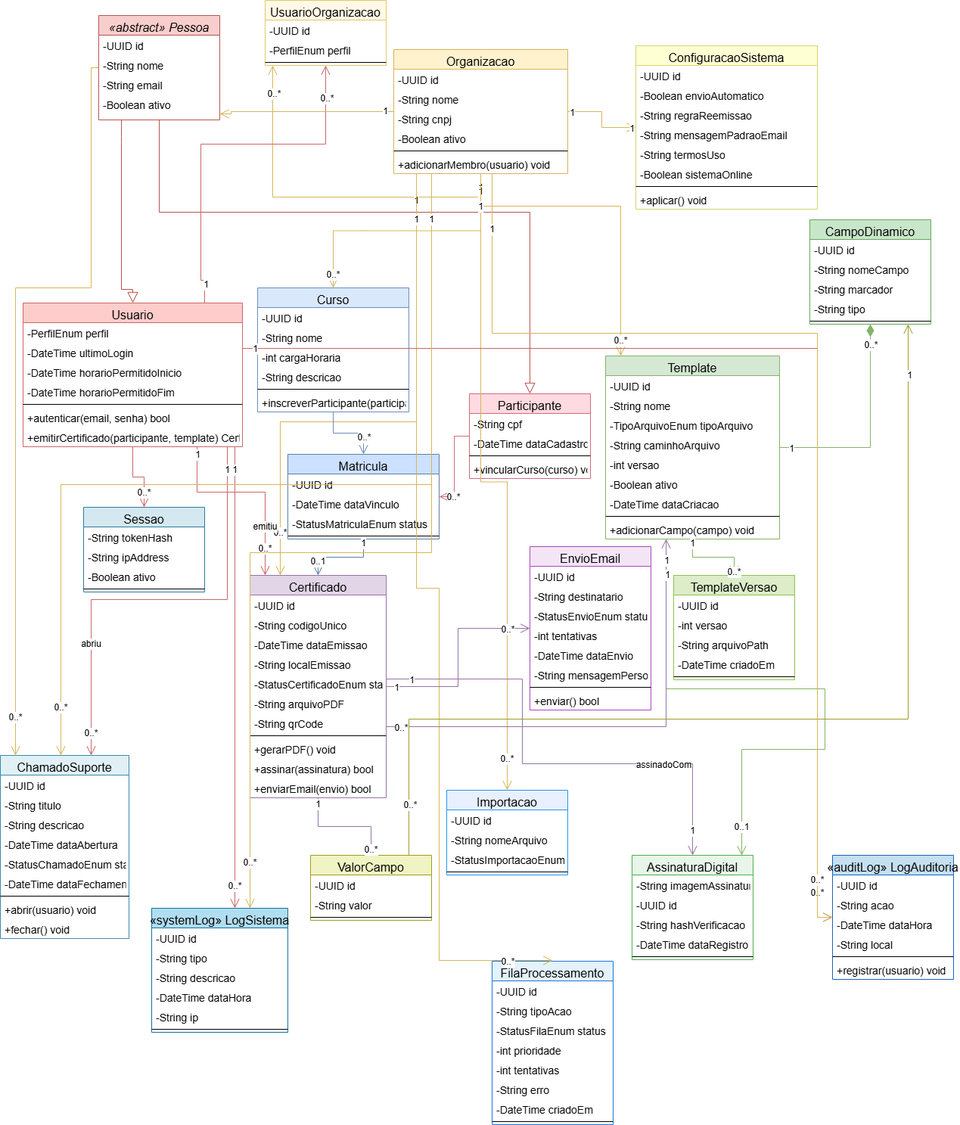
Above: imagens/Diagrama-de-classes.png in igordev23/Relatorio-Tecnico-de-Software---IFPI--Igor (draw.io), before the change. Source tidied: cells renumbered, new cells last; positions are measured from the earlier drawing's top-left corner, leaving out a move shared by most shapes.
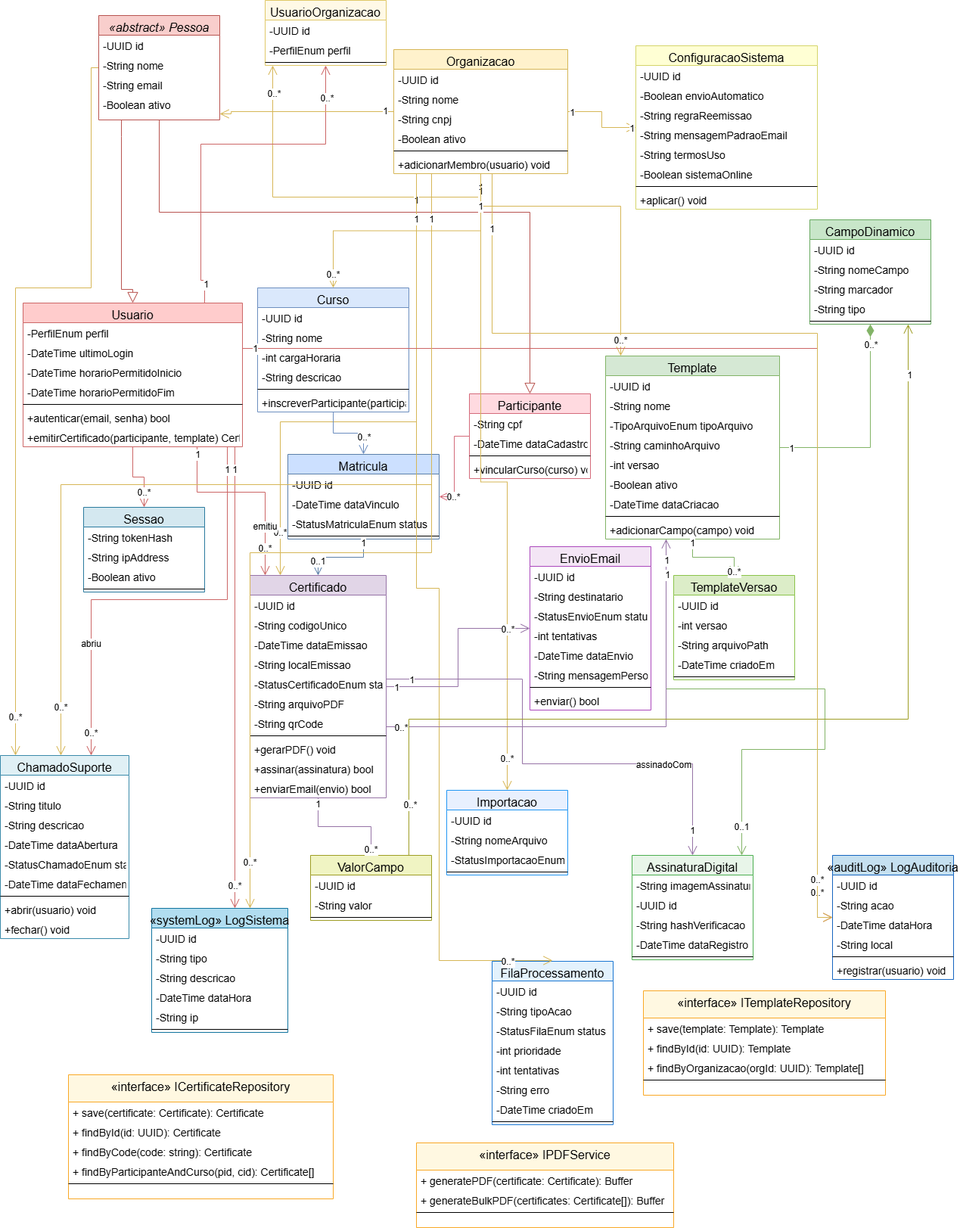
Later version of the same file.

Commit message:
correcao: adiciona interfaces de dominio ICertificateRepository, ITemplateRepository, IPDFService ao diagrama de classes

Diff of the diagram source:
```diff
@@ -837,5 +837,50 @@
     <mxCell id="235" value="0..*" style="edgeLabel;html=1;align=center;verticalAlign=middle;fontSize=12;" parent="233" vertex="1">
       <mxGeometry x="0.9" y="-1" relative="1" as="geometry" />
     </mxCell>
+    <mxCell id="236" value="«interface» ICertificateRepository" style="swimlane;fontSize=16;fontStyle=0;align=center;verticalAlign=top;horizontal=1;startSize=36;rounded=0;shadow=0;strokeWidth=1;fillColor=#fff8e1;strokeColor=#f9a825;" parent="1" vertex="1">
+      <mxGeometry x="90" y="1420" width="350" height="164" as="geometry" />
+    </mxCell>
+    <mxCell id="237" value="+ save(certificate: Certificate): Certificate" style="text;fontSize=14;align=left;verticalAlign=top;spacingLeft=4;spacingRight=4;overflow=hidden;" parent="236" vertex="1">
+      <mxGeometry y="36" width="350" height="26" as="geometry" />
+    </mxCell>
+    <mxCell id="238" value="+ findById(id: UUID): Certificate" style="text;fontSize=14;align=left;verticalAlign=top;spacingLeft=4;spacingRight=4;overflow=hidden;" parent="236" vertex="1">
+      <mxGeometry y="62" width="350" height="26" as="geometry" />
+    </mxCell>
+    <mxCell id="239" value="+ findByCode(code: string): Certificate" style="text;fontSize=14;align=left;verticalAlign=top;spacingLeft=4;spacingRight=4;overflow=hidden;" parent="236" vertex="1">
+      <mxGeometry y="88" width="350" height="26" as="geometry" />
+    </mxCell>
+    <mxCell id="240" value="+ findByParticipanteAndCurso(pid, cid): Certificate[]" style="text;fontSize=14;align=left;verticalAlign=top;spacingLeft=4;spacingRight=4;overflow=hidden;" parent="236" vertex="1">
+      <mxGeometry y="114" width="350" height="26" as="geometry" />
+    </mxCell>
+    <mxCell id="241" style="line;html=1;strokeWidth=1;align=left;verticalAlign=middle;spacingTop=-1;spacingLeft=3;spacingRight=3;labelPosition=right;" parent="236" vertex="1">
+      <mxGeometry y="140" width="350" height="8" as="geometry" />
+    </mxCell>
+    <mxCell id="242" value="«interface» ITemplateRepository" style="swimlane;fontSize=16;fontStyle=0;align=center;verticalAlign=top;horizontal=1;startSize=36;rounded=0;shadow=0;strokeWidth=1;fillColor=#fff8e1;strokeColor=#f9a825;" parent="1" vertex="1">
+      <mxGeometry x="850" y="1309" width="320" height="138" as="geometry" />
+    </mxCell>
+    <mxCell id="243" value="+ save(template: Template): Template" style="text;fontSize=14;align=left;verticalAlign=top;spacingLeft=4;spacingRight=4;overflow=hidden;" parent="242" vertex="1">
+      <mxGeometry y="36" width="320" height="26" as="geometry" />
+    </mxCell>
+    <mxCell id="244" value="+ findById(id: UUID): Template" style="text;fontSize=14;align=left;verticalAlign=top;spacingLeft=4;spacingRight=4;overflow=hidden;" parent="242" vertex="1">
+      <mxGeometry y="62" width="320" height="26" as="geometry" />
+    </mxCell>
+    <mxCell id="245" value="+ findByOrganizacao(orgId: UUID): Template[]" style="text;fontSize=14;align=left;verticalAlign=top;spacingLeft=4;spacingRight=4;overflow=hidden;" parent="242" vertex="1">
+      <mxGeometry y="88" width="320" height="26" as="geometry" />
+    </mxCell>
+    <mxCell id="246" style="line;html=1;strokeWidth=1;align=left;verticalAlign=middle;spacingTop=-1;spacingLeft=3;spacingRight=3;labelPosition=right;" parent="242" vertex="1">
+      <mxGeometry y="114" width="320" height="8" as="geometry" />
+    </mxCell>
+    <mxCell id="247" value="«interface» IPDFService" style="swimlane;fontSize=16;fontStyle=0;align=center;verticalAlign=top;horizontal=1;startSize=36;rounded=0;shadow=0;strokeWidth=1;fillColor=#fff8e1;strokeColor=#f9a825;" parent="1" vertex="1">
+      <mxGeometry x="550" y="1510" width="340" height="112" as="geometry" />
+    </mxCell>
+    <mxCell id="248" value="+ generatePDF(certificate: Certificate): Buffer" style="text;fontSize=14;align=left;verticalAlign=top;spacingLeft=4;spacingRight=4;overflow=hidden;" parent="247" vertex="1">
+      <mxGeometry y="36" width="340" height="26" as="geometry" />
+    </mxCell>
+    <mxCell id="249" value="+ generateBulkPDF(certificates: Certificate[]): Buffer" style="text;fontSize=14;align=left;verticalAlign=top;spacingLeft=4;spacingRight=4;overflow=hidden;" parent="247" vertex="1">
+      <mxGeometry y="62" width="340" height="26" as="geometry" />
+    </mxCell>
+    <mxCell id="250" style="line;html=1;strokeWidth=1;align=left;verticalAlign=middle;spacingTop=-1;spacingLeft=3;spacingRight=3;labelPosition=right;" parent="247" vertex="1">
+      <mxGeometry y="88" width="340" height="8" as="geometry" />
+    </mxCell>
   </root>
 </mxGraphModel>
```
